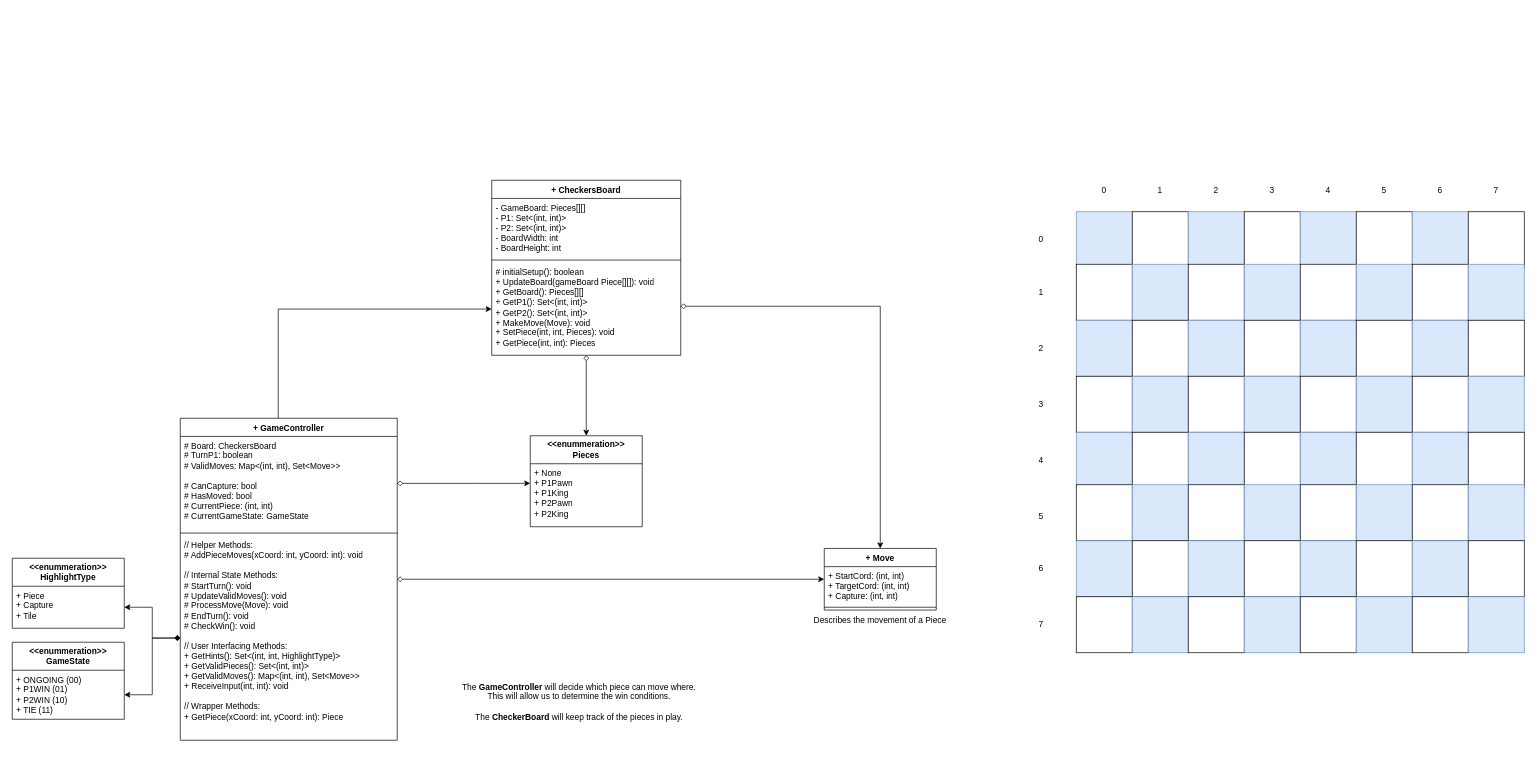
Above: page "ClassDiagram" (1 of 2) of checkers_class_diagram.drawio in illiteratewaffle/RetroArcade (draw.io), before the change. Source tidied: cells renumbered, new cells numbered last; positions are measured from the earlier drawing's top-left corner, leaving out a move shared by most shapes. Both pictures are drawn from the tidied source at 70%, with x=0, y=0 at pixel (12, 180).
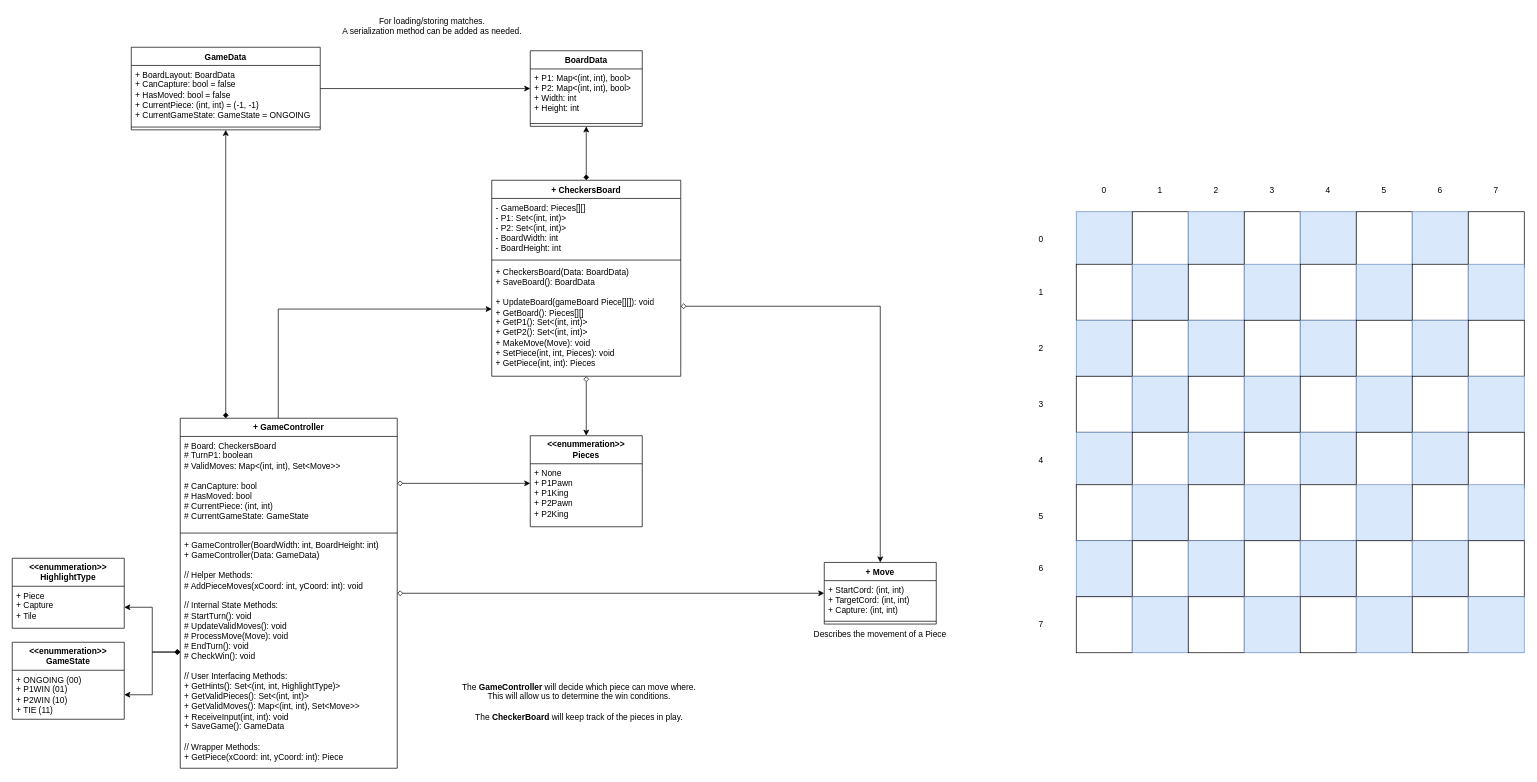
The same page after the edit.

Commit message (it also covers changes not shown here):
Added classes for saving/loading ongoing Checkers matches. Added a Sequence diagram detailing how to use the Checkers classes to simulate a game.

The edit, as a diff of the source:
```diff
@@
     <mxCell id="3" value="+ GameController&lt;div&gt;&lt;br&gt;&lt;/div&gt;" style="swimlane;fontStyle=1;align=center;verticalAlign=top;horizontal=1;startSize=26;whiteSpace=wrap;html=1;" parent="1" vertex="1">
-      <mxGeometry x="240" y="340" width="310" height="460" as="geometry" />
+      <mxGeometry x="240" y="340" width="310" height="500" as="geometry" />
     </mxCell>
@@
-    <mxCell id="6" value="&lt;div&gt;// Helper Methods:&lt;/div&gt;&lt;div&gt;# AddPieceMoves(xCoord: int, yCoord: int): void&lt;/div&gt;&lt;div&gt;&lt;br&gt;&lt;/div&gt;&lt;div&gt;// Internal State Methods:&lt;/div&gt;&lt;div&gt;# StartTurn(): void&lt;/div&gt;&lt;div&gt;# UpdateValidMoves(): void&lt;/div&gt;&lt;div&gt;# ProcessMove(Move): void&lt;/div&gt;&lt;div&gt;# EndTurn(): void&lt;/div&gt;&lt;div&gt;# CheckWin(): void&lt;/div&gt;&lt;div&gt;&lt;br&gt;&lt;/div&gt;&lt;div&gt;// User Interfacing Methods:&lt;/div&gt;&lt;div&gt;+ GetHints(): Set&amp;lt;(int, int, HighlightType)&amp;gt;&lt;/div&gt;&lt;div&gt;+ GetValidPieces(): Set&amp;lt;(int, int)&amp;gt;&lt;/div&gt;+ GetValidMoves(): Map&amp;lt;(int, int), Set&amp;lt;Move&amp;gt;&amp;gt;&lt;div&gt;+ ReceiveInput(int, int): void&lt;/div&gt;&lt;div&gt;&lt;br&gt;&lt;/div&gt;&lt;div&gt;// Wrapper Methods:&lt;/div&gt;&lt;div&gt;+ GetPiece(xCoord: int, yCoord: int): Piece&lt;/div&gt;" style="text;strokeColor=none;fillColor=none;align=left;verticalAlign=top;spacingLeft=4;spacingRight=4;overflow=hidden;points=[[0,0.5],[1,0.5]];portConstraint=eastwest;whiteSpace=wrap;html=1;" parent="3" vertex="1">
-      <mxGeometry y="168" width="310" height="292" as="geometry" />
+    <mxCell id="6" value="&lt;div&gt;+ GameController(BoardWidth: int, BoardHeight: int)&lt;/div&gt;&lt;div&gt;+ GameController(Data: GameData)&lt;/div&gt;&lt;div&gt;&lt;br&gt;&lt;/div&gt;&lt;div&gt;// Helper Methods:&lt;/div&gt;&lt;div&gt;# AddPieceMoves(xCoord: int, yCoord: int): void&lt;/div&gt;&lt;div&gt;&lt;br&gt;&lt;/div&gt;&lt;div&gt;// Internal State Methods:&lt;/div&gt;&lt;div&gt;# StartTurn(): void&lt;/div&gt;&lt;div&gt;# UpdateValidMoves(): void&lt;/div&gt;&lt;div&gt;# ProcessMove(Move): void&lt;/div&gt;&lt;div&gt;# EndTurn(): void&lt;/div&gt;&lt;div&gt;# CheckWin(): void&lt;/div&gt;&lt;div&gt;&lt;br&gt;&lt;/div&gt;&lt;div&gt;// User Interfacing Methods:&lt;/div&gt;&lt;div&gt;+ GetHints(): Set&amp;lt;(int, int, HighlightType)&amp;gt;&lt;/div&gt;&lt;div&gt;+ GetValidPieces(): Set&amp;lt;(int, int)&amp;gt;&lt;/div&gt;+ GetValidMoves(): Map&amp;lt;(int, int), Set&amp;lt;Move&amp;gt;&amp;gt;&lt;div&gt;+ ReceiveInput(int, int): void&lt;/div&gt;&lt;div&gt;+ SaveGame(): GameData&lt;/div&gt;&lt;div&gt;&lt;br&gt;&lt;/div&gt;&lt;div&gt;// Wrapper Methods:&lt;/div&gt;&lt;div&gt;+ GetPiece(xCoord: int, yCoord: int): Piece&lt;/div&gt;" style="text;strokeColor=none;fillColor=none;align=left;verticalAlign=top;spacingLeft=4;spacingRight=4;overflow=hidden;points=[[0,0.5],[1,0.5]];portConstraint=eastwest;whiteSpace=wrap;html=1;" parent="3" vertex="1">
+      <mxGeometry y="168" width="310" height="332" as="geometry" />
     </mxCell>
     <mxCell id="7" value="+ Move" style="swimlane;fontStyle=1;align=center;verticalAlign=top;horizontal=1;startSize=26;whiteSpace=wrap;html=1;" parent="1" vertex="1">
-      <mxGeometry x="1160" y="526" width="160" height="88" as="geometry" />
+      <mxGeometry x="1160" y="546" width="160" height="88" as="geometry" />
     </mxCell>
@@
     <mxCell id="10" value="Describes the movement of a Piece" style="text;html=1;align=center;verticalAlign=middle;whiteSpace=wrap;rounded=0;" parent="1" vertex="1">
-      <mxGeometry x="1140" y="614" width="200" height="30" as="geometry" />
+      <mxGeometry x="1140" y="634" width="200" height="30" as="geometry" />
     </mxCell>
@@
+    <mxCell id="108" style="edgeStyle=orthogonalEdgeStyle;rounded=0;jettySize=auto;html=1;startArrow=diamond;startFill=1;" parent="1" edge="1" source="100" target="114">
+      <mxGeometry relative="1" as="geometry" />
+    </mxCell>
     <mxCell id="100" value="&lt;div&gt;+ CheckersBoard&lt;/div&gt;&lt;div&gt;&lt;br&gt;&lt;/div&gt;" style="swimlane;fontStyle=1;align=center;verticalAlign=top;horizontal=1;startSize=26;whiteSpace=wrap;html=1;" parent="1" vertex="1">
-      <mxGeometry x="685" width="270" height="250" as="geometry" />
+      <mxGeometry x="685" width="270" height="280" as="geometry" />
     </mxCell>
@@
-    <mxCell id="103" value="# initialSetup(): boolean&lt;div&gt;+ Update&lt;span style=&quot;background-color: transparent; color: light-dark(rgb(0, 0, 0), rgb(255, 255, 255));&quot;&gt;Board(gameBoard Piece[][]): void&lt;/span&gt;&lt;/div&gt;&lt;div&gt;&lt;span style=&quot;background-color: transparent; color: light-dark(rgb(0, 0, 0), rgb(255, 255, 255));&quot;&gt;+ GetBoard(): Pieces[][]&lt;/span&gt;&lt;/div&gt;&lt;div&gt;&lt;span style=&quot;background-color: transparent; color: light-dark(rgb(0, 0, 0), rgb(255, 255, 255));&quot;&gt;+ GetP1(): Set&amp;lt;(int, int)&amp;gt;&lt;/span&gt;&lt;/div&gt;&lt;div&gt;&lt;span style=&quot;background-color: transparent; color: light-dark(rgb(0, 0, 0), rgb(255, 255, 255));&quot;&gt;&lt;/span&gt;&lt;/div&gt;+ GetP2(): Set&amp;lt;(int, int)&amp;gt;&lt;div&gt;+ MakeMove(Move): void&lt;/div&gt;&lt;div&gt;+ SetPiece(int, int, Pieces): void&lt;/div&gt;&lt;div&gt;+ GetPiece(int, int): Pieces&lt;/div&gt;" style="text;strokeColor=none;fillColor=none;align=left;verticalAlign=top;spacingLeft=4;spacingRight=4;overflow=hidden;points=[[0,0.5],[1,0.5]];portConstraint=eastwest;whiteSpace=wrap;html=1;" parent="100" vertex="1">
-      <mxGeometry y="118" width="270" height="132" as="geometry" />
+    <mxCell id="103" value="&lt;div&gt;+ CheckersBoard(Data: BoardData)&lt;/div&gt;&lt;div&gt;+ SaveBoard(): BoardData&lt;/div&gt;&lt;div&gt;&lt;br&gt;&lt;/div&gt;&lt;div&gt;+ Update&lt;span style=&quot;background-color: transparent; color: light-dark(rgb(0, 0, 0), rgb(255, 255, 255));&quot;&gt;Board(gameBoard Piece[][]): void&lt;/span&gt;&lt;/div&gt;&lt;div&gt;&lt;span style=&quot;background-color: transparent; color: light-dark(rgb(0, 0, 0), rgb(255, 255, 255));&quot;&gt;+ GetBoard(): Pieces[][]&lt;/span&gt;&lt;/div&gt;&lt;div&gt;&lt;span style=&quot;background-color: transparent; color: light-dark(rgb(0, 0, 0), rgb(255, 255, 255));&quot;&gt;+ GetP1(): Set&amp;lt;(int, int)&amp;gt;&lt;/span&gt;&lt;/div&gt;&lt;div&gt;&lt;span style=&quot;background-color: transparent; color: light-dark(rgb(0, 0, 0), rgb(255, 255, 255));&quot;&gt;&lt;/span&gt;&lt;/div&gt;+ GetP2(): Set&amp;lt;(int, int)&amp;gt;&lt;div&gt;+ MakeMove(Move): void&lt;/div&gt;&lt;div&gt;+ SetPiece(int, int, Pieces): void&lt;/div&gt;&lt;div&gt;+ GetPiece(int, int): Pieces&lt;/div&gt;" style="text;strokeColor=none;fillColor=none;align=left;verticalAlign=top;spacingLeft=4;spacingRight=4;overflow=hidden;points=[[0,0.5],[1,0.5]];portConstraint=eastwest;whiteSpace=wrap;html=1;" parent="100" vertex="1">
+      <mxGeometry y="118" width="270" height="162" as="geometry" />
     </mxCell>
@@
+    <mxCell id="109" style="edgeStyle=orthogonalEdgeStyle;rounded=0;jettySize=auto;html=1;startArrow=diamond;startFill=1;" parent="1" edge="1" source="3" target="111">
+      <mxGeometry relative="1" as="geometry">
+        <Array as="points">
+          <mxPoint x="305" y="250" />
+          <mxPoint x="305" y="250" />
+        </Array>
+      </mxGeometry>
+    </mxCell>
+    <mxCell id="110" style="edgeStyle=orthogonalEdgeStyle;rounded=0;jettySize=auto;html=1;" parent="1" edge="1" source="111" target="114">
+      <mxGeometry relative="1" as="geometry" />
+    </mxCell>
+    <mxCell id="111" value="GameData" style="swimlane;fontStyle=1;align=center;verticalAlign=top;horizontal=1;startSize=26;whiteSpace=wrap;html=1;" parent="1" vertex="1">
+      <mxGeometry x="170" y="-190" width="270" height="118" as="geometry" />
+    </mxCell>
+    <mxCell id="112" value="+ BoardLayout: BoardData&lt;div&gt;+ CanCapture: bool = false&lt;/div&gt;&lt;div&gt;+ HasMoved: bool = false&lt;/div&gt;&lt;div&gt;+ CurrentPiece: (int, int) = (-1, -1)&lt;/div&gt;&lt;div&gt;+ CurrentGameState: GameState = ONGOING&lt;/div&gt;" style="text;strokeColor=none;fillColor=none;align=left;verticalAlign=top;spacingLeft=4;spacingRight=4;overflow=hidden;whiteSpace=wrap;html=1;" parent="111" vertex="1">
+      <mxGeometry y="26" width="270" height="84" as="geometry" />
+    </mxCell>
+    <mxCell id="113" style="line;strokeWidth=1;fillColor=none;align=left;verticalAlign=middle;spacingTop=-1;spacingLeft=3;spacingRight=3;labelPosition=right;strokeColor=inherit;" parent="111" vertex="1">
+      <mxGeometry y="110" width="270" height="8" as="geometry" />
+    </mxCell>
+    <mxCell id="114" value="BoardData" style="swimlane;fontStyle=1;align=center;verticalAlign=top;horizontal=1;startSize=26;whiteSpace=wrap;html=1;" parent="1" vertex="1">
+      <mxGeometry x="740" y="-185" width="160" height="108" as="geometry" />
+    </mxCell>
+    <mxCell id="115" value="+ P1: Map&amp;lt;(int, int), bool&amp;gt;&lt;div&gt;+ P2: Map&amp;lt;(int, int), bool&amp;gt;&lt;/div&gt;&lt;div&gt;+ Width: int&lt;/div&gt;&lt;div&gt;+ Height: int&lt;/div&gt;" style="text;strokeColor=none;fillColor=none;align=left;verticalAlign=top;spacingLeft=4;spacingRight=4;overflow=hidden;whiteSpace=wrap;html=1;" parent="114" vertex="1">
+      <mxGeometry y="26" width="160" height="74" as="geometry" />
+    </mxCell>
+    <mxCell id="116" style="line;strokeWidth=1;fillColor=none;align=left;verticalAlign=middle;spacingTop=-1;spacingLeft=3;spacingRight=3;labelPosition=right;strokeColor=inherit;" parent="114" vertex="1">
+      <mxGeometry y="100" width="160" height="8" as="geometry" />
+    </mxCell>
+    <mxCell id="117" value="For loading/storing matches.&lt;div&gt;A serialization method can be added as needed.&lt;/div&gt;" style="text;html=1;align=center;verticalAlign=middle;whiteSpace=wrap;rounded=0;" parent="1" vertex="1">
+      <mxGeometry x="460" y="-240" width="280" height="40" as="geometry" />
+    </mxCell>
```
